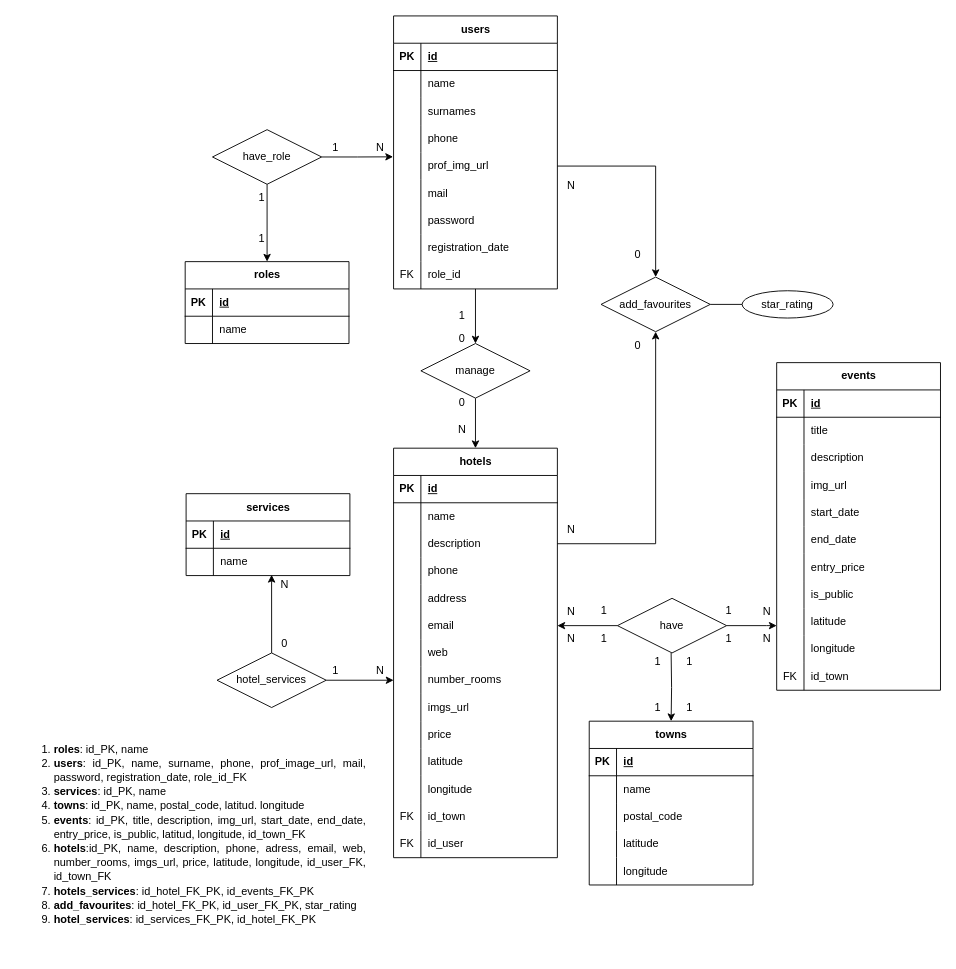
The draw.io diagram database-resources/ER_RM_HoHoHotel.drawio in SerotDev/sru-abi-rlm-project-backend, before the edit. Source tidied: cells renumbered, new cells numbered last; positions are measured from the earlier drawing's top-left corner, leaving out a move shared by most shapes. Both pictures are drawn from the tidied source at 91%, with x=0, y=0 at pixel (15, 15).
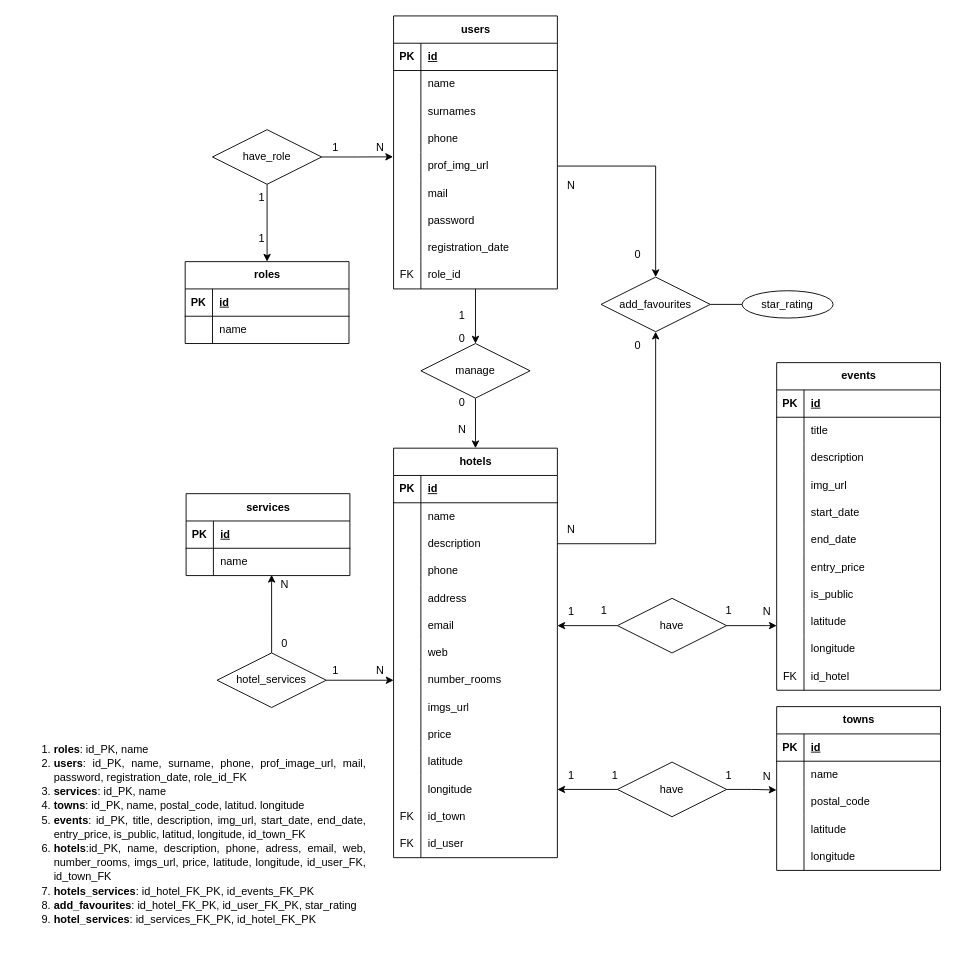
After the change.

The change refers to these unchanged cells:
```xml
<mxCell id="62" style="shape=tableRow;horizontal=0;startSize=0;swimlaneHead=0;swimlaneBody=0;fillColor=none;top=0;left=0;right=0;bottom=0;" parent="31" vertex="1">
  <mxGeometry y="330" width="180" height="30" as="geometry" />
</mxCell>
<mxCell id="99" style="shape=tableRow;horizontal=0;startSize=0;swimlaneHead=0;swimlaneBody=0;fillColor=none;points=[[0,0.5],[1,0.5]];portConstraint=eastwest;top=0;left=0;right=0;bottom=0;" parent="65" vertex="1">
  <mxGeometry y="360" width="180" height="30" as="geometry" />
</mxCell>
<mxCell id="122" style="shape=tableRow;horizontal=0;startSize=0;swimlaneHead=0;swimlaneBody=0;fillColor=none;points=[[0,0.5],[1,0.5]];portConstraint=eastwest;top=0;left=0;right=0;bottom=0;" parent="115" vertex="1">
  <mxGeometry y="90" width="180" height="30" as="geometry" />
</mxCell>
```

Diff of the diagram source:
```diff
@@
-    <mxCell id="64" value="id_town" style="shape=partialRectangle;fillColor=none;top=0;left=0;bottom=0;right=0;align=left;spacingLeft=6;overflow=hidden;whiteSpace=wrap;html=1;" parent="62" vertex="1">
+    <mxCell id="64" value="id_hotel" style="shape=partialRectangle;fillColor=none;top=0;left=0;bottom=0;right=0;align=left;spacingLeft=6;overflow=hidden;whiteSpace=wrap;html=1;" parent="62" vertex="1">
       <mxGeometry x="30" width="150" height="30" as="geometry" />
     </mxCell>
@@
-    <mxCell id="109" style="edgeStyle=orthogonalEdgeStyle;rounded=0;jettySize=auto;html=1;entryX=0.5;entryY=0;entryDx=0;entryDy=0;" parent="1" edge="1" target="115">
-      <mxGeometry relative="1" as="geometry">
-        <mxPoint x="720" y="700" as="sourcePoint" />
-      </mxGeometry>
-    </mxCell>
@@
     <mxCell id="115" value="towns" style="shape=table;startSize=30;childLayout=tableLayout;rowLines=0;fontStyle=1;align=center;html=1;" parent="1" vertex="1">
-      <mxGeometry x="630" y="775" width="180" height="180" as="geometry" />
+      <mxGeometry x="836" y="759" width="180" height="180" as="geometry" />
     </mxCell>
@@
-    <mxCell id="131" value="N" style="text;html=1;align=center;verticalAlign=middle;strokeColor=none;fillColor=none;" parent="1" vertex="1">
-      <mxGeometry x="595" y="670" width="30" height="30" as="geometry" />
-    </mxCell>
@@
-    <mxCell id="135" value="1" style="text;html=1;align=center;verticalAlign=middle;strokeColor=none;fillColor=none;" parent="1" vertex="1">
-      <mxGeometry x="690" y="695" width="30" height="30" as="geometry" />
-    </mxCell>
     <mxCell id="136" value="1" style="text;html=1;align=center;verticalAlign=middle;strokeColor=none;fillColor=none;" parent="1" vertex="1">
-      <mxGeometry x="690" y="745" width="30" height="30" as="geometry" />
+      <mxGeometry x="595" y="820" width="30" height="30" as="geometry" />
     </mxCell>
@@
-    <mxCell id="138" value="1" style="text;html=1;align=center;verticalAlign=middle;strokeColor=none;fillColor=none;" parent="1" vertex="1">
-      <mxGeometry x="725" y="695" width="30" height="30" as="geometry" />
-    </mxCell>
     <mxCell id="139" value="1" style="text;html=1;align=center;verticalAlign=middle;strokeColor=none;fillColor=none;" parent="1" vertex="1">
-      <mxGeometry x="725" y="745" width="30" height="30" as="geometry" />
+      <mxGeometry x="643" y="820" width="30" height="30" as="geometry" />
     </mxCell>
-    <mxCell id="140" value="1" style="text;html=1;align=center;verticalAlign=middle;strokeColor=none;fillColor=none;" parent="1" vertex="1">
-      <mxGeometry x="631" y="670" width="30" height="30" as="geometry" />
-    </mxCell>
-    <mxCell id="141" value="N" style="text;html=1;align=center;verticalAlign=middle;strokeColor=none;fillColor=none;" parent="1" vertex="1">
+    <mxCell id="141" value="1" style="text;html=1;align=center;verticalAlign=middle;strokeColor=none;fillColor=none;" parent="1" vertex="1">
       <mxGeometry x="595" y="640" width="30" height="30" as="geometry" />
     </mxCell>
@@
-    <mxCell id="145" value="1" style="text;html=1;align=center;verticalAlign=middle;strokeColor=none;fillColor=none;" parent="1" vertex="1">
-      <mxGeometry x="768" y="669" width="30" height="30" as="geometry" />
-    </mxCell>
-    <mxCell id="146" value="N" style="text;html=1;align=center;verticalAlign=middle;strokeColor=none;fillColor=none;" parent="1" vertex="1">
-      <mxGeometry x="810" y="670" width="30" height="30" as="geometry" />
-    </mxCell>
@@
+    <mxCell id="187" style="edgeStyle=orthogonalEdgeStyle;rounded=0;jettySize=auto;html=1;entryX=1;entryY=0.5;entryDx=0;entryDy=0;exitX=0;exitY=0.5;exitDx=0;exitDy=0;" parent="1" edge="1" source="189" target="99">
+      <mxGeometry relative="1" as="geometry" />
+    </mxCell>
+    <mxCell id="188" style="edgeStyle=orthogonalEdgeStyle;rounded=0;jettySize=auto;html=1;exitX=1;exitY=0.5;exitDx=0;exitDy=0;entryX=-0.001;entryY=0.053;entryDx=0;entryDy=0;entryPerimeter=0;" parent="1" edge="1" source="189" target="122">
+      <mxGeometry relative="1" as="geometry" />
+    </mxCell>
+    <mxCell id="189" value="have" style="shape=rhombus;perimeter=rhombusPerimeter;whiteSpace=wrap;html=1;align=center;" parent="1" vertex="1">
+      <mxGeometry x="661" y="820" width="120" height="60" as="geometry" />
+    </mxCell>
+    <mxCell id="190" value="1" style="text;html=1;align=center;verticalAlign=middle;strokeColor=none;fillColor=none;" parent="1" vertex="1">
+      <mxGeometry x="768" y="820" width="30" height="30" as="geometry" />
+    </mxCell>
+    <mxCell id="191" value="N" style="text;html=1;align=center;verticalAlign=middle;strokeColor=none;fillColor=none;" parent="1" vertex="1">
+      <mxGeometry x="810" y="821" width="30" height="30" as="geometry" />
+    </mxCell>
```
